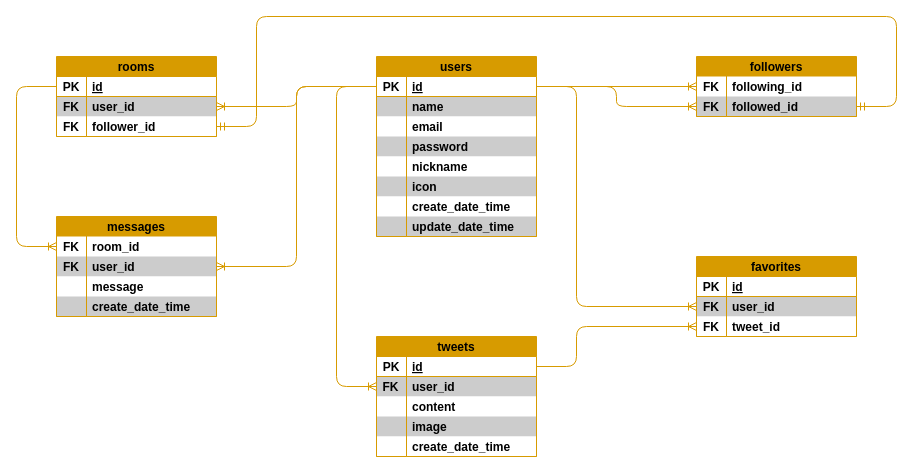
The draw.io diagram doc/03.詳細設計/テーブル相関図.drawio in KAZ5298/Portfolio_TwitterApp, before the edit. Source tidied: cells renumbered, new cells numbered last; positions are measured from the earlier drawing's top-left corner, leaving out a move shared by most shapes. Both pictures are drawn from the tidied source at 100%, with x=0, y=0 at pixel (16, 16).
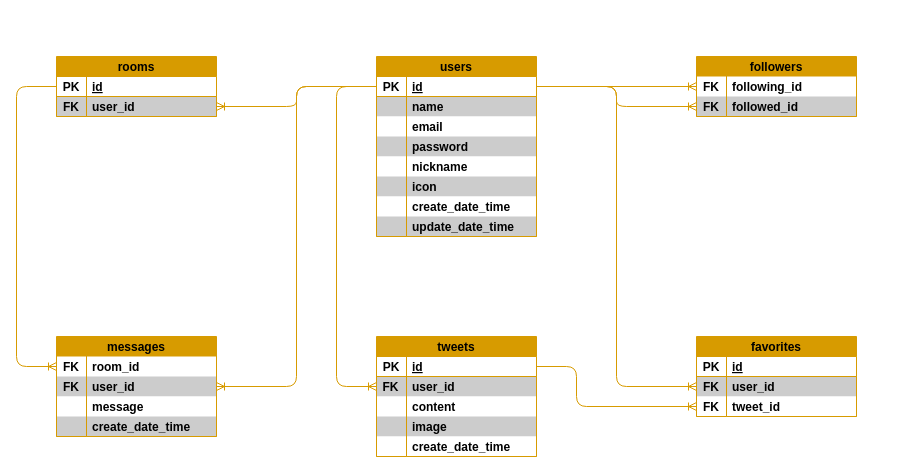
After the change.

Commit message (it also covers changes not shown here):
テーブル相関図修正

Unchanged cells that the change refers to:
```xml
<mxCell id="4" style="shape=tableRow;horizontal=0;startSize=0;swimlaneHead=0;swimlaneBody=0;fillColor=none;points=[[0,0.5],[1,0.5]];portConstraint=eastwest;top=0;left=0;right=0;bottom=1;fillStyle=auto;strokeColor=#D79B00;strokeWidth=1;fontColor=#000000;" parent="3" vertex="1">
  <mxGeometry y="20" width="160" height="20" as="geometry" />
</mxCell>
<mxCell id="29" style="shape=tableRow;horizontal=0;startSize=0;swimlaneHead=0;swimlaneBody=0;fillColor=none;points=[[0,0.5],[1,0.5]];portConstraint=eastwest;top=0;left=0;right=0;bottom=1;fillStyle=auto;strokeColor=#D79B00;strokeWidth=1;fontColor=#000000;" parent="28" vertex="1">
  <mxGeometry y="20" width="160" height="20" as="geometry" />
</mxCell>
<mxCell id="48" style="shape=tableRow;horizontal=1;startSize=0;swimlaneHead=0;swimlaneBody=0;fillColor=none;points=[[0,0.5],[1,0.5]];portConstraint=eastwest;top=0;left=0;right=0;bottom=0;fillStyle=auto;strokeColor=#D79B00;strokeWidth=1;fontColor=#000000;swimlaneFillColor=default;labelBorderColor=none;labelBackgroundColor=#FF3333;" parent="44" vertex="1">
  <mxGeometry y="40" width="160" height="20" as="geometry" />
</mxCell>
<mxCell id="51" style="shape=tableRow;horizontal=0;startSize=0;swimlaneHead=0;swimlaneBody=0;fillColor=none;points=[[0,0.5],[1,0.5]];portConstraint=eastwest;top=0;left=0;right=0;bottom=0;fillStyle=auto;strokeColor=none;strokeWidth=0;fontColor=#000000;" parent="44" vertex="1">
  <mxGeometry y="60" width="160" height="20" as="geometry" />
</mxCell>
<mxCell id="58" style="shape=tableRow;horizontal=0;startSize=0;swimlaneHead=0;swimlaneBody=0;fillColor=none;points=[[0,0.5],[1,0.5]];portConstraint=eastwest;top=0;left=0;right=0;bottom=0;fillStyle=auto;strokeColor=none;strokeWidth=1;fontColor=#000000;swimlaneFillColor=none;" parent="54" vertex="1">
  <mxGeometry y="40" width="160" height="20" as="geometry" />
</mxCell>
<mxCell id="62" style="shape=tableRow;horizontal=0;startSize=0;swimlaneHead=0;swimlaneBody=0;fillColor=none;points=[[0,0.5],[1,0.5]];portConstraint=eastwest;top=0;left=0;right=0;bottom=1;fillStyle=auto;strokeColor=#D79B00;strokeWidth=1;fontColor=#000000;" parent="61" vertex="1">
  <mxGeometry y="20" width="160" height="20" as="geometry" />
</mxCell>
<mxCell id="65" style="shape=tableRow;horizontal=1;startSize=0;swimlaneHead=0;swimlaneBody=0;fillColor=none;points=[[0,0.5],[1,0.5]];portConstraint=eastwest;top=0;left=0;right=0;bottom=0;fillStyle=auto;strokeColor=#D79B00;strokeWidth=1;fontColor=#000000;swimlaneFillColor=default;labelBorderColor=none;labelBackgroundColor=#FF3333;" parent="61" vertex="1">
  <mxGeometry y="40" width="160" height="20" as="geometry" />
</mxCell>
<mxCell id="72" style="shape=tableRow;horizontal=0;startSize=0;swimlaneHead=0;swimlaneBody=0;fillColor=none;points=[[0,0.5],[1,0.5]];portConstraint=eastwest;top=0;left=0;right=0;bottom=0;fillStyle=auto;strokeColor=none;strokeWidth=0;fontColor=#000000;" parent="71" vertex="1">
  <mxGeometry y="20" width="160" height="20" as="geometry" />
</mxCell>
<mxCell id="75" style="shape=tableRow;horizontal=0;startSize=0;swimlaneHead=0;swimlaneBody=0;fillColor=none;points=[[0,0.5],[1,0.5]];portConstraint=eastwest;top=0;left=0;right=0;bottom=0;fillStyle=auto;strokeColor=none;strokeWidth=1;fontColor=#000000;swimlaneFillColor=none;" parent="71" vertex="1">
  <mxGeometry y="40" width="160" height="20" as="geometry" />
</mxCell>
```

Change to the diagram source:
```diff
@@
     <mxCell id="2" style="fontSize=12;html=1;endArrow=ERoneToMany;fontColor=#FFFFFF;edgeStyle=orthogonalEdgeStyle;exitX=1;exitY=0.5;exitDx=0;exitDy=0;fillColor=#e51400;strokeColor=#D79B00;rounded=1;strokeWidth=1;entryX=0;entryY=0.5;entryDx=0;entryDy=0;" parent="1" edge="1" source="29" target="51">
       <mxGeometry relative="1" as="geometry">
         <Array as="points">
           <mxPoint x="560" y="350" />
-          <mxPoint x="560" y="310" />
+          <mxPoint x="560" y="390" />
         </Array>
       </mxGeometry>
     </mxCell>
@@
     <mxCell id="44" value="favorites" style="shape=table;startSize=20;childLayout=tableLayout;rowLines=0;fontStyle=1;align=center;fillStyle=auto;strokeColor=#D79B00;strokeWidth=1;fontColor=#000000;fillColor=#D79B00;gradientColor=none;gradientDirection=radial;verticalAlign=middle;rounded=0;shadow=0;spacing=0;" parent="1" vertex="1">
-      <mxGeometry x="680" y="240" width="160" height="80" as="geometry" />
+      <mxGeometry x="680" y="320" width="160" height="80" as="geometry" />
     </mxCell>
@@
     <mxCell id="61" value="rooms" style="shape=table;startSize=20;childLayout=tableLayout;rowLines=0;fontStyle=1;align=center;fillStyle=auto;strokeColor=#D79B00;strokeWidth=1;fontColor=#000000;fillColor=#D79B00;gradientColor=none;gradientDirection=radial;verticalAlign=middle;rounded=0;shadow=0;spacing=0;" parent="1" vertex="1">
-      <mxGeometry x="40" y="40" width="160" height="80" as="geometry" />
+      <mxGeometry x="40" y="40" width="160" height="60" as="geometry" />
     </mxCell>
@@
-    <mxCell id="66" value="FK" style="shape=partialRectangle;fillColor=#CCCCCC;top=1;left=1;bottom=0;right=0;overflow=hidden;fillStyle=auto;strokeColor=#D79B00;strokeWidth=1;fontColor=#000000;fontStyle=1;align=center;gradientColor=none;spacingLeft=0;labelBackgroundColor=none;dashed=1;dashPattern=1 1;spacing=0;" parent="65" vertex="1">
+    <mxCell id="66" value="FK" style="shape=partialRectangle;fillColor=#CCCCCC;top=1;left=1;bottom=1;right=1;overflow=hidden;fillStyle=auto;strokeColor=#D79B00;strokeWidth=1;fontColor=#000000;fontStyle=1;align=center;gradientColor=none;spacingLeft=0;labelBackgroundColor=none;dashed=1;dashPattern=1 1;spacing=0;" parent="65" vertex="1">
       <mxGeometry width="30" height="20" as="geometry" />
     </mxCell>
-    <mxCell id="67" value="user_id" style="shape=partialRectangle;fillColor=#CCCCCC;top=1;left=1;bottom=0;right=1;align=left;spacingLeft=6;overflow=hidden;fillStyle=auto;strokeColor=#D79B00;strokeWidth=1;fontColor=#000000;fontStyle=1;perimeterSpacing=0;spacing=0;" parent="65" vertex="1">
+    <mxCell id="67" value="user_id" style="shape=partialRectangle;fillColor=#CCCCCC;top=1;left=1;bottom=1;right=1;align=left;spacingLeft=6;overflow=hidden;fillStyle=auto;strokeColor=#D79B00;strokeWidth=1;fontColor=#000000;fontStyle=1;perimeterSpacing=0;spacing=0;" parent="65" vertex="1">
       <mxGeometry x="30" width="130" height="20" as="geometry" />
     </mxCell>
-    <mxCell id="68" style="shape=tableRow;horizontal=0;startSize=0;swimlaneHead=0;swimlaneBody=0;fillColor=none;points=[[0,0.5],[1,0.5]];portConstraint=eastwest;top=0;left=0;right=0;bottom=0;fillStyle=auto;strokeColor=none;strokeWidth=0;fontColor=#000000;" parent="61" vertex="1">
-      <mxGeometry y="60" width="160" height="20" as="geometry" />
-    </mxCell>
-    <mxCell id="69" value="FK" style="shape=partialRectangle;fillColor=#FFFFFF;top=0;left=1;bottom=1;right=1;overflow=hidden;fillStyle=auto;strokeColor=#D79B00;strokeWidth=1;fontColor=#000000;fontStyle=1;align=center;spacing=0;" parent="68" vertex="1">
-      <mxGeometry width="30" height="20" as="geometry" />
-    </mxCell>
-    <mxCell id="70" value="follower_id" style="shape=partialRectangle;fillColor=#FFFFFF;top=0;left=1;bottom=1;right=1;align=left;spacingLeft=6;overflow=hidden;fillStyle=auto;strokeColor=#D79B00;strokeWidth=1;fontColor=#000000;fontStyle=1;spacing=0;" parent="68" vertex="1">
-      <mxGeometry x="30" width="130" height="20" as="geometry" />
-    </mxCell>
     <mxCell id="71" value="messages" style="shape=table;startSize=20;childLayout=tableLayout;rowLines=0;fontStyle=1;align=center;fillStyle=auto;strokeColor=#D79B00;strokeWidth=1;fontColor=#000000;fillColor=#D79B00;gradientColor=none;gradientDirection=radial;verticalAlign=middle;rounded=0;shadow=0;spacing=0;" parent="1" vertex="1">
-      <mxGeometry x="40" y="200" width="160" height="100" as="geometry" />
+      <mxGeometry x="40" y="320" width="160" height="100" as="geometry" />
     </mxCell>
@@
     <mxCell id="85" style="fontSize=12;html=1;endArrow=ERoneToMany;fontColor=#FFFFFF;edgeStyle=orthogonalEdgeStyle;exitX=1;exitY=0.5;exitDx=0;exitDy=0;fillColor=#e51400;strokeColor=#D79B00;rounded=1;strokeWidth=1;entryX=0;entryY=0.5;entryDx=0;entryDy=0;" parent="1" edge="1" source="4" target="48">
       <mxGeometry relative="1" as="geometry">
         <Array as="points">
-          <mxPoint x="560" y="70" />
-          <mxPoint x="560" y="290" />
+          <mxPoint x="600" y="70" />
+          <mxPoint x="600" y="370" />
         </Array>
       </mxGeometry>
     </mxCell>
@@
     <mxCell id="88" style="fontSize=12;html=1;endArrow=ERoneToMany;fontColor=#FFFFFF;edgeStyle=orthogonalEdgeStyle;fillColor=#e51400;strokeColor=#D79B00;rounded=1;strokeWidth=1;exitX=0;exitY=0.5;exitDx=0;exitDy=0;entryX=0;entryY=0.5;entryDx=0;entryDy=0;" parent="1" edge="1" source="62" target="72">
       <mxGeometry relative="1" as="geometry">
         <Array as="points">
           <mxPoint y="70" />
-          <mxPoint y="230" />
+          <mxPoint y="350" />
         </Array>
       </mxGeometry>
     </mxCell>
     <mxCell id="89" style="fontSize=12;html=1;endArrow=ERoneToMany;fontColor=#FFFFFF;edgeStyle=orthogonalEdgeStyle;fillColor=#e51400;strokeColor=#D79B00;rounded=1;strokeWidth=1;exitX=0;exitY=0.5;exitDx=0;exitDy=0;entryX=1;entryY=0.5;entryDx=0;entryDy=0;" parent="1" edge="1" source="4" target="75">
       <mxGeometry relative="1" as="geometry">
         <Array as="points">
           <mxPoint x="280" y="70" />
-          <mxPoint x="280" y="250" />
+          <mxPoint x="280" y="370" />
         </Array>
       </mxGeometry>
     </mxCell>
@@
-    <mxCell id="91" style="edgeStyle=orthogonalEdgeStyle;fontSize=12;html=1;endArrow=ERmandOne;startArrow=ERmandOne;rounded=1;strokeColor=#D79B00;strokeWidth=1;fontColor=#000000;entryX=1;entryY=0.5;entryDx=0;entryDy=0;exitX=1;exitY=0.5;exitDx=0;exitDy=0;" parent="1" edge="1" source="68" target="58">
-      <mxGeometry relative="1" as="geometry">
-        <Array as="points">
-          <mxPoint x="240" y="110" />
-          <mxPoint x="240" />
-          <mxPoint x="880" />
-          <mxPoint x="880" y="90" />
-        </Array>
-      </mxGeometry>
-    </mxCell>
```
